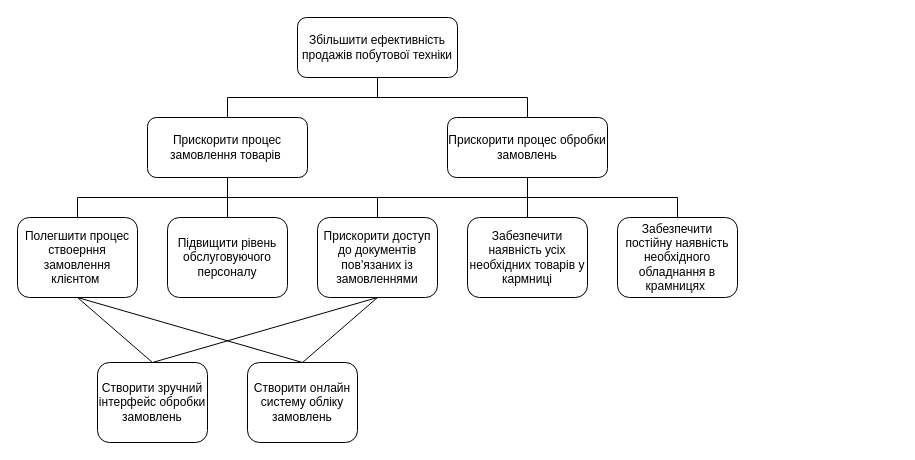
This is Goals.drawio from Mehanari/system_analysis_first_practice, a draw.io file, before an edit. Source tidied: cells renumbered, new cells numbered last; positions are measured from the earlier drawing's top-left corner, leaving out a move shared by most shapes. Both pictures are drawn from the tidied source at 100%, with x=0, y=0 at pixel (17, 17).
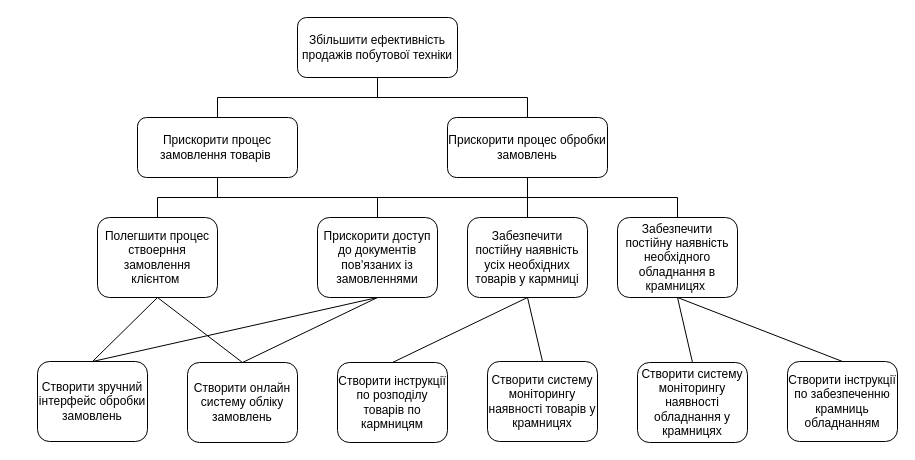
After the change.

The change refers to these unchanged cells:
```xml
<mxCell id="11" value="Забезпечити постійну наявність необхідного обладнання в крамницях&amp;nbsp;" style="rounded=1;whiteSpace=wrap;html=1;" parent="1" vertex="1">
  <mxGeometry x="600" y="200" width="120" height="80" as="geometry" />
</mxCell>
```

The edit, as a diff of the source:
```diff
@@
     <mxCell id="3" value="Прискорити процес замовлення товарів&amp;nbsp;" style="rounded=1;whiteSpace=wrap;html=1;" parent="1" vertex="1">
-      <mxGeometry x="130" y="100" width="160" height="60" as="geometry" />
+      <mxGeometry x="120" y="100" width="160" height="60" as="geometry" />
     </mxCell>
@@
     <mxCell id="7" value="Полегшити процес ствоерння замовлення клієнтом&amp;nbsp;" style="rounded=1;whiteSpace=wrap;html=1;" parent="1" vertex="1">
-      <mxGeometry y="200" width="120" height="80" as="geometry" />
+      <mxGeometry x="80" y="200" width="120" height="80" as="geometry" />
     </mxCell>
-    <mxCell id="8" value="Підвищити рівень обслуговуючого персоналу" style="rounded=1;whiteSpace=wrap;html=1;" parent="1" vertex="1">
-      <mxGeometry x="150" y="200" width="120" height="80" as="geometry" />
-    </mxCell>
@@
-    <mxCell id="10" value="Забезпечити наявність усіх необхідних товарів у кармниці" style="rounded=1;whiteSpace=wrap;html=1;" parent="1" vertex="1">
+    <mxCell id="10" value="Забезпечити постійну наявність усіх необхідних товарів у кармниці" style="rounded=1;whiteSpace=wrap;html=1;" parent="1" vertex="1">
       <mxGeometry x="450" y="200" width="120" height="80" as="geometry" />
     </mxCell>
@@
-    <mxCell id="13" style="endArrow=none;html=1;rounded=0;entryX=0.5;entryY=1;entryDx=0;entryDy=0;exitX=0.5;exitY=0;exitDx=0;exitDy=0;edgeStyle=orthogonalEdgeStyle;" parent="1" edge="1" source="8" target="3">
-      <mxGeometry relative="1" as="geometry" />
-    </mxCell>
@@
     <mxCell id="18" value="Створити зручний інтерфейс обробки замовлень" style="rounded=1;whiteSpace=wrap;html=1;" parent="1" vertex="1">
-      <mxGeometry x="80" y="345" width="110" height="80" as="geometry" />
+      <mxGeometry x="20" y="344" width="110" height="80" as="geometry" />
     </mxCell>
     <mxCell id="19" value="Створити онлайн систему обліку замовлень" style="rounded=1;whiteSpace=wrap;html=1;" parent="1" vertex="1">
-      <mxGeometry x="230" y="345" width="110" height="80" as="geometry" />
+      <mxGeometry x="170" y="345" width="110" height="80" as="geometry" />
     </mxCell>
@@
+    <mxCell id="24" value="Створити систему моніторингу наявності товарів у крамницях" style="rounded=1;whiteSpace=wrap;html=1;" parent="1" vertex="1">
+      <mxGeometry x="470" y="344" width="110" height="80" as="geometry" />
+    </mxCell>
+    <mxCell id="25" value="Створити інструкції по розподілу товарів по кармницям" style="rounded=1;whiteSpace=wrap;html=1;" parent="1" vertex="1">
+      <mxGeometry x="320" y="345" width="110" height="80" as="geometry" />
+    </mxCell>
+    <mxCell id="26" style="endArrow=none;html=1;rounded=0;entryX=0.5;entryY=1;entryDx=0;entryDy=0;exitX=0.5;exitY=0;exitDx=0;exitDy=0;" parent="1" edge="1" source="25" target="10">
+      <mxGeometry relative="1" as="geometry" />
+    </mxCell>
+    <mxCell id="27" style="endArrow=none;html=1;rounded=0;entryX=0.5;entryY=1;entryDx=0;entryDy=0;exitX=0.5;exitY=0;exitDx=0;exitDy=0;" parent="1" edge="1" source="24" target="10">
+      <mxGeometry relative="1" as="geometry" />
+    </mxCell>
+    <mxCell id="28" value="Створити систему моніторингу наявності обладнання у крамницях" style="rounded=1;whiteSpace=wrap;html=1;" parent="1" vertex="1">
+      <mxGeometry x="620" y="345" width="110" height="80" as="geometry" />
+    </mxCell>
+    <mxCell id="29" value="Створити інструкції по забезпеченню крамниць обладнанням" style="rounded=1;whiteSpace=wrap;html=1;" parent="1" vertex="1">
+      <mxGeometry x="770" y="344" width="110" height="80" as="geometry" />
+    </mxCell>
+    <mxCell id="30" style="endArrow=none;html=1;rounded=0;entryX=0.5;entryY=1;entryDx=0;entryDy=0;exitX=0.5;exitY=0;exitDx=0;exitDy=0;" parent="1" edge="1" source="28" target="11">
+      <mxGeometry relative="1" as="geometry" />
+    </mxCell>
+    <mxCell id="31" style="endArrow=none;html=1;rounded=0;entryX=0.5;entryY=1;entryDx=0;entryDy=0;exitX=0.5;exitY=0;exitDx=0;exitDy=0;" parent="1" edge="1" source="29" target="11">
+      <mxGeometry relative="1" as="geometry" />
+    </mxCell>
```
